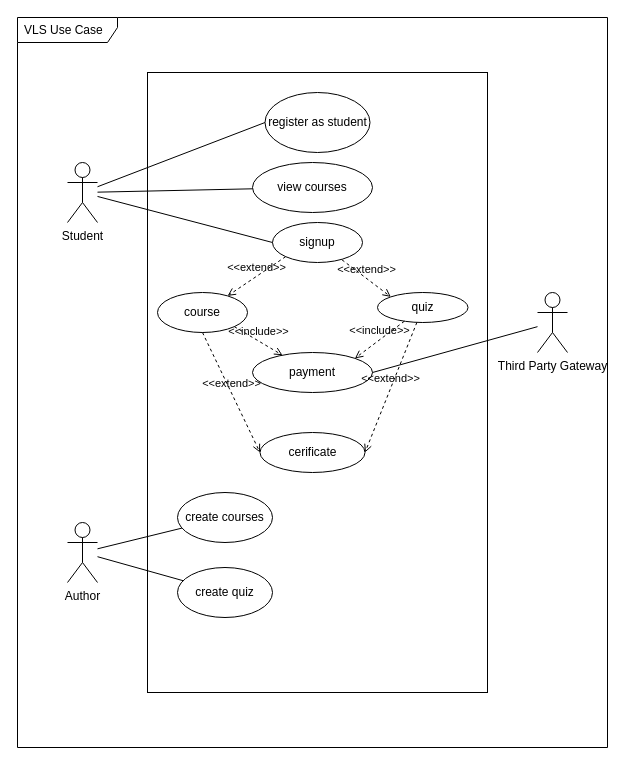
This is VLS Use Case Diagram.drawio from curryghost/vlsproject, a draw.io file, before an edit. Source tidied: cells renumbered, new cells numbered last; positions are measured from the earlier drawing's top-left corner, leaving out a move shared by most shapes. Both pictures are drawn from the tidied source at 100%, with x=0, y=0 at pixel (17, 17).
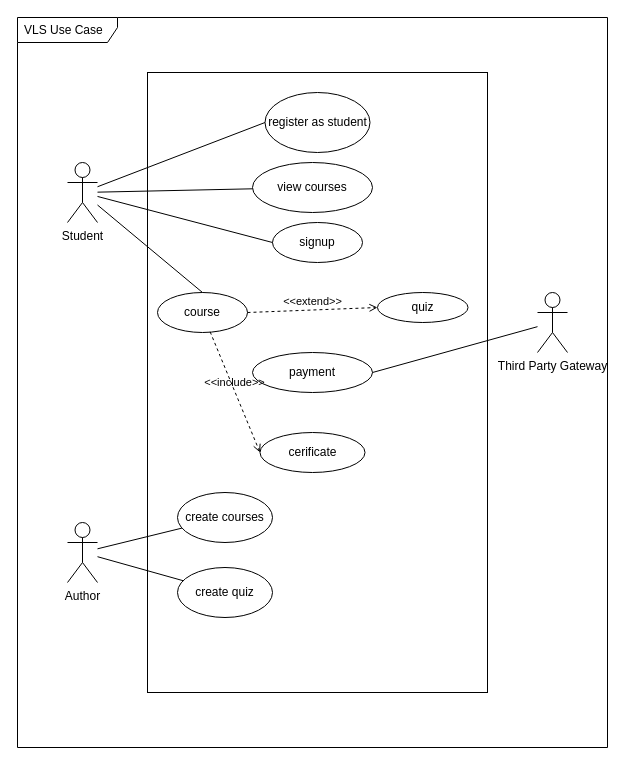
The same diagram, later.

Commit message (it also covers changes not shown here):
Add sequence diagram

Unchanged cells that the change refers to:
```xml
<mxCell id="3" value="Student" style="shape=umlActor;verticalLabelPosition=bottom;verticalAlign=top;html=1;outlineConnect=0;" parent="1" vertex="1">
  <mxGeometry x="50" y="145" width="30" height="60" as="geometry" />
</mxCell>
<mxCell id="9" value="signup" style="ellipse;whiteSpace=wrap;html=1;" parent="1" vertex="1">
  <mxGeometry x="255" y="205" width="90" height="40" as="geometry" />
</mxCell>
<mxCell id="10" value="quiz" style="ellipse;whiteSpace=wrap;html=1;" parent="1" vertex="1">
  <mxGeometry x="360" y="275" width="90.5" height="30" as="geometry" />
</mxCell>
<mxCell id="11" value="course" style="ellipse;whiteSpace=wrap;html=1;" parent="1" vertex="1">
  <mxGeometry x="140" y="275" width="90" height="40" as="geometry" />
</mxCell>
<mxCell id="17" value="payment" style="ellipse;whiteSpace=wrap;html=1;" parent="1" vertex="1">
  <mxGeometry x="235" y="335" width="120" height="40" as="geometry" />
</mxCell>
<mxCell id="26" value="cerificate" style="ellipse;whiteSpace=wrap;html=1;" parent="1" vertex="1">
  <mxGeometry x="242.5" y="415" width="105" height="40" as="geometry" />
</mxCell>
```

Change to the diagram source:
```diff
@@
-    <mxCell id="12" value="&amp;lt;&amp;lt;extend&amp;gt;&amp;gt;" style="html=1;verticalAlign=bottom;labelBackgroundColor=none;endArrow=open;endFill=0;dashed=1;rounded=0;exitX=0;exitY=1;exitDx=0;exitDy=0;" parent="1" edge="1" source="9" target="11">
-      <mxGeometry relative="1" as="geometry" />
-    </mxCell>
-    <mxCell id="13" value="&amp;lt;&amp;lt;extend&amp;gt;&amp;gt;" style="html=1;verticalAlign=bottom;labelBackgroundColor=none;endArrow=open;endFill=0;dashed=1;rounded=0;entryX=0;entryY=0;entryDx=0;entryDy=0;exitX=0.772;exitY=0.933;exitDx=0;exitDy=0;exitPerimeter=0;" parent="1" edge="1" source="9" target="10">
-      <mxGeometry relative="1" as="geometry" />
-    </mxCell>
@@
-    <mxCell id="18" value="&amp;lt;&amp;lt;include&amp;gt;&amp;gt;" style="html=1;verticalAlign=bottom;labelBackgroundColor=none;endArrow=open;endFill=0;dashed=1;rounded=0;exitX=1;exitY=1;exitDx=0;exitDy=0;" parent="1" edge="1" source="11" target="17">
-      <mxGeometry relative="1" as="geometry" />
-    </mxCell>
@@
-    <mxCell id="20" value="&amp;lt;&amp;lt;include&amp;gt;&amp;gt;" style="html=1;verticalAlign=bottom;labelBackgroundColor=none;endArrow=open;endFill=0;dashed=1;rounded=0;entryX=1;entryY=0;entryDx=0;entryDy=0;" parent="1" edge="1" source="10" target="17">
-      <mxGeometry relative="1" as="geometry" />
-    </mxCell>
@@
-    <mxCell id="27" value="&amp;lt;&amp;lt;extend&amp;gt;&amp;gt;" style="html=1;verticalAlign=bottom;labelBackgroundColor=none;endArrow=open;endFill=0;dashed=1;rounded=0;entryX=0;entryY=0.5;entryDx=0;entryDy=0;exitX=0.5;exitY=1;exitDx=0;exitDy=0;" parent="1" edge="1" source="11" target="26">
+    <mxCell id="27" value="&amp;lt;&amp;lt;include&amp;gt;&amp;gt;" style="html=1;verticalAlign=bottom;labelBackgroundColor=none;endArrow=open;endFill=0;dashed=1;rounded=0;exitX=0.585;exitY=0.983;exitDx=0;exitDy=0;exitPerimeter=0;entryX=0;entryY=0.5;entryDx=0;entryDy=0;" parent="1" edge="1" source="11" target="26">
       <mxGeometry relative="1" as="geometry" />
     </mxCell>
-    <mxCell id="28" value="&amp;lt;&amp;lt;extend&amp;gt;&amp;gt;" style="html=1;verticalAlign=bottom;labelBackgroundColor=none;endArrow=open;endFill=0;dashed=1;rounded=0;entryX=1;entryY=0.5;entryDx=0;entryDy=0;" parent="1" edge="1" source="10" target="26">
-      <mxGeometry relative="1" as="geometry" />
-    </mxCell>
+    <mxCell id="29" value="&amp;lt;&amp;lt;extend&amp;gt;&amp;gt;" style="html=1;verticalAlign=bottom;labelBackgroundColor=none;endArrow=open;endFill=0;dashed=1;rounded=0;entryX=0;entryY=0.5;entryDx=0;entryDy=0;exitX=1;exitY=0.5;exitDx=0;exitDy=0;" parent="1" edge="1" source="11" target="10">
+      <mxGeometry relative="1" as="geometry" />
+    </mxCell>
+    <mxCell id="30" style="endArrow=none;html=1;rounded=0;exitX=0.5;exitY=0;exitDx=0;exitDy=0;" parent="1" edge="1" source="11" target="3">
+      <mxGeometry relative="1" as="geometry" />
+    </mxCell>
```
